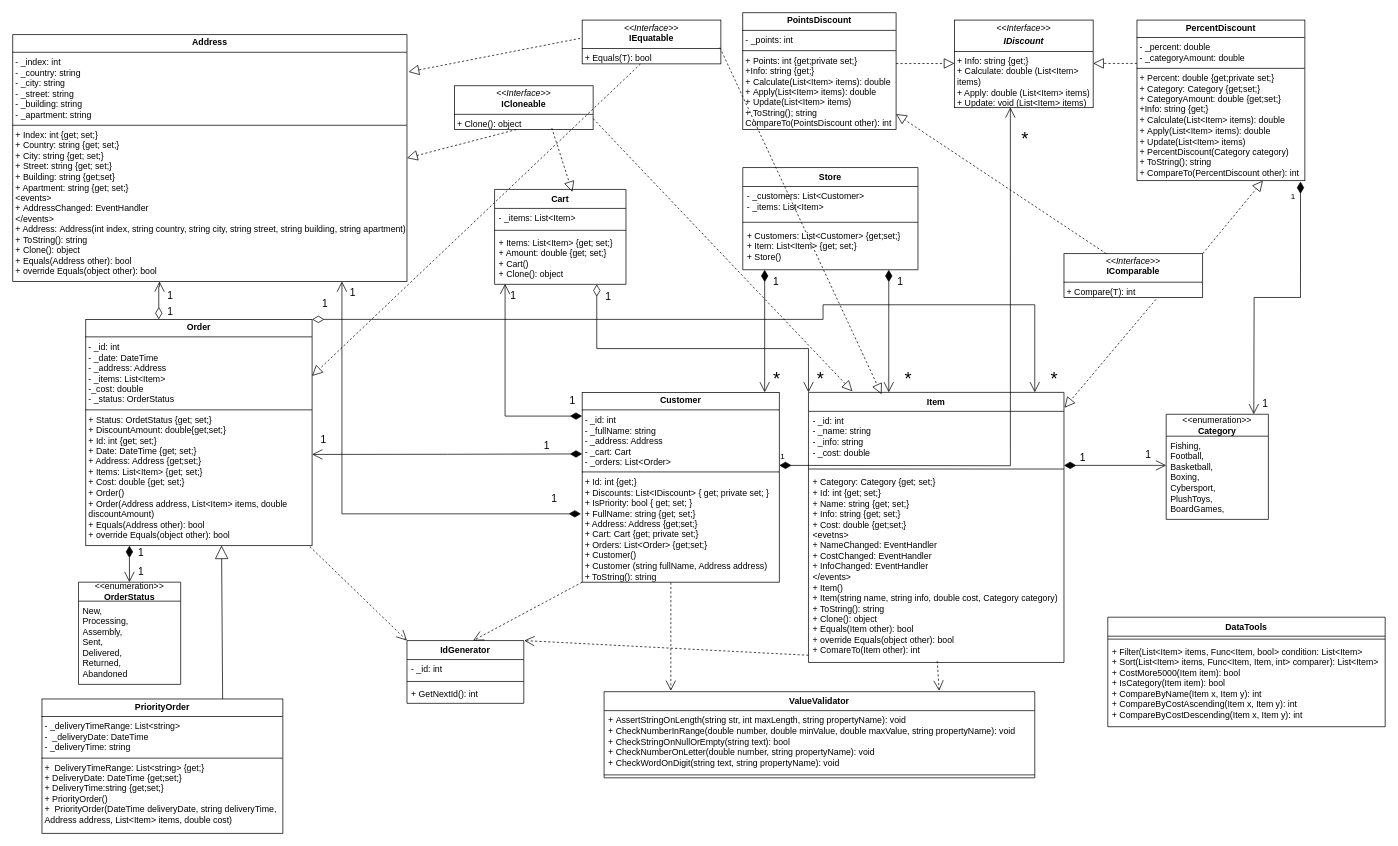
Earlier version of the draw.io diagram doc/ObjectOrientedPractics/UML-8.drawio (YuzhaninDaniil/Programming). Source tidied: cells renumbered, new cells numbered last; positions are measured from the earlier drawing's top-left corner, leaving out a move shared by most shapes. Both pictures are drawn from the tidied source at 73%, with x=0, y=0 at pixel (12, 12).
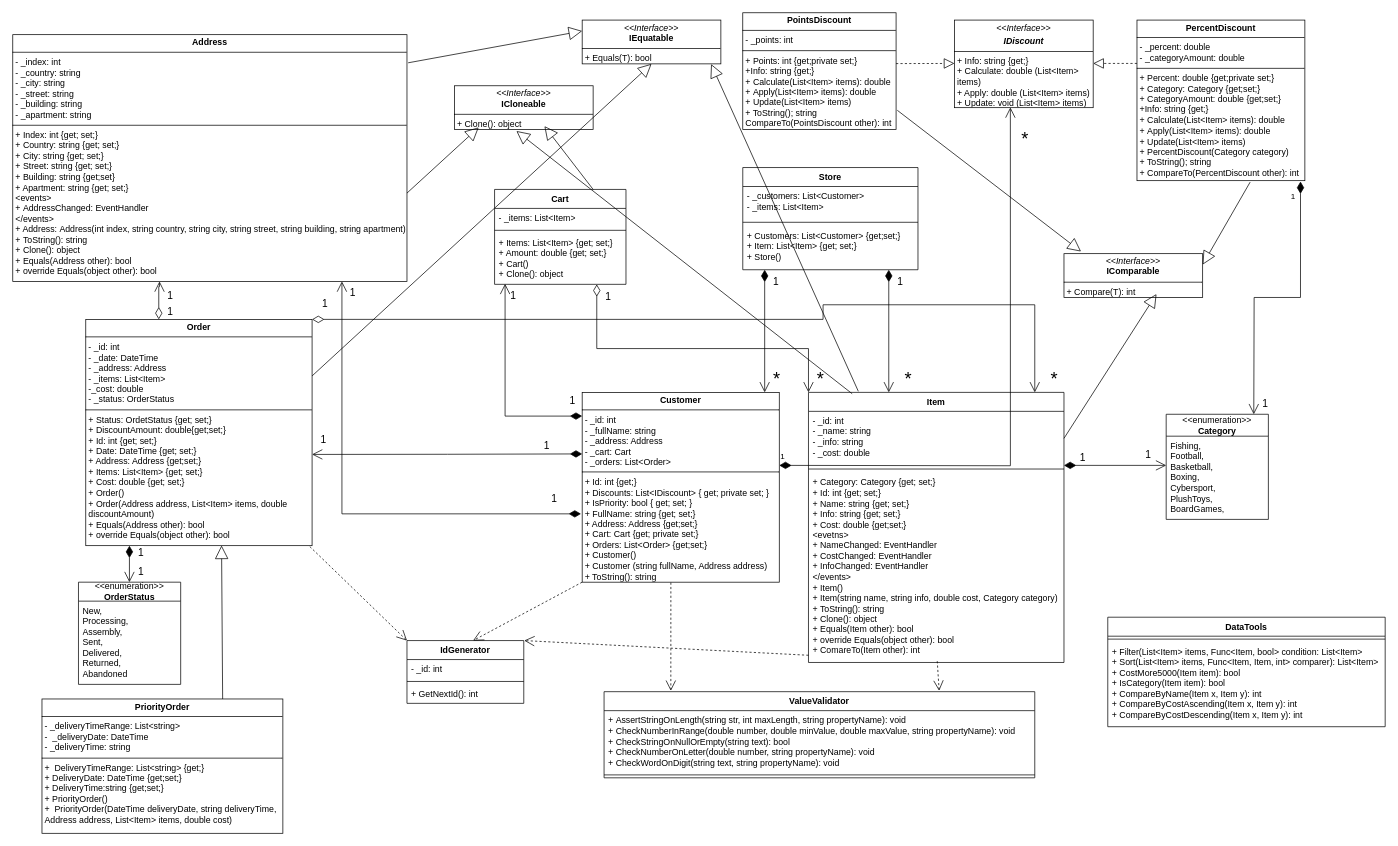
The same diagram, later.

Unchanged cells that the change refers to:
```xml
<mxCell id="16" value="Item" style="swimlane;fontStyle=1;align=center;verticalAlign=top;horizontal=1;startSize=26;whiteSpace=wrap;html=1;" parent="1" vertex="1">
  <mxGeometry x="1090" y="520" width="350" height="370" as="geometry" />
</mxCell>
<mxCell id="17" value="- _id: int&lt;div&gt;- _name: string&lt;/div&gt;&lt;div&gt;- _info: string&lt;/div&gt;&lt;div&gt;- _cost: double&lt;/div&gt;&lt;div&gt;&lt;br&gt;&lt;/div&gt;" style="text;strokeColor=none;fillColor=none;align=left;verticalAlign=top;spacingLeft=4;spacingRight=4;overflow=hidden;points=[[0,0.5],[1,0.5]];portConstraint=eastwest;whiteSpace=wrap;html=1;" parent="16" vertex="1">
  <mxGeometry y="26" width="350" height="74" as="geometry" />
</mxCell>
<mxCell id="21" value="&lt;p style=&quot;margin:0px;margin-top:4px;text-align:center;&quot;&gt;&lt;b&gt;Address&lt;/b&gt;&lt;/p&gt;&lt;hr size=&quot;1&quot; style=&quot;border-style:solid;&quot;&gt;&lt;p style=&quot;margin:0px;margin-left:4px;&quot;&gt;- _index: int&lt;/p&gt;&lt;p style=&quot;margin:0px;margin-left:4px;&quot;&gt;- _country: string&lt;/p&gt;&lt;p style=&quot;margin:0px;margin-left:4px;&quot;&gt;- _city: string&lt;/p&gt;&lt;p style=&quot;margin:0px;margin-left:4px;&quot;&gt;- _street: string&lt;/p&gt;&lt;p style=&quot;margin:0px;margin-left:4px;&quot;&gt;- _building: string&lt;/p&gt;&lt;p style=&quot;margin:0px;margin-left:4px;&quot;&gt;- _apartment: string&lt;/p&gt;&lt;hr size=&quot;1&quot; style=&quot;border-style:solid;&quot;&gt;&lt;p style=&quot;margin:0px;margin-left:4px;&quot;&gt;+ Index: int {get; set;}&lt;/p&gt;&lt;p style=&quot;margin:0px;margin-left:4px;&quot;&gt;+ Country: string {get; set;}&lt;/p&gt;&lt;p style=&quot;margin:0px;margin-left:4px;&quot;&gt;+ City: string {get; set;}&lt;/p&gt;&lt;p style=&quot;margin:0px;margin-left:4px;&quot;&gt;+ Street: string {get; set;}&lt;/p&gt;&lt;p style=&quot;margin:0px;margin-left:4px;&quot;&gt;+ Building: string {get;set}&lt;/p&gt;&lt;p style=&quot;margin:0px;margin-left:4px;&quot;&gt;+ Apartment: string {get; set;}&lt;/p&gt;&lt;p style=&quot;margin:0px;margin-left:4px;&quot;&gt;&amp;lt;events&amp;gt;&lt;/p&gt;&lt;p style=&quot;margin:0px;margin-left:4px;&quot;&gt;+&amp;nbsp;AddressChanged:&amp;nbsp;EventHandler&lt;/p&gt;&lt;p style=&quot;margin:0px;margin-left:4px;&quot;&gt;&amp;lt;/events&amp;gt;&lt;/p&gt;&lt;p style=&quot;margin:0px;margin-left:4px;&quot;&gt;+ Address:&amp;nbsp;Address(int index, string country, string city, string street, string building, string apartment)&lt;/p&gt;&lt;p style=&quot;margin:0px;margin-left:4px;&quot;&gt;+&amp;nbsp;ToString(): string&lt;/p&gt;&lt;p style=&quot;margin:0px;margin-left:4px;&quot;&gt;+ Clone(): object&lt;/p&gt;&lt;p style=&quot;margin:0px;margin-left:4px;&quot;&gt;+ Equals(Address other): bool&lt;/p&gt;&lt;p style=&quot;margin:0px;margin-left:4px;&quot;&gt;+ override Equals(object other): bool&lt;/p&gt;" style="verticalAlign=top;align=left;overflow=fill;html=1;whiteSpace=wrap;" parent="1" vertex="1">
  <mxGeometry y="30" width="540" height="338" as="geometry" />
</mxCell>
<mxCell id="24" value="&lt;p style=&quot;margin:0px;margin-top:4px;text-align:center;&quot;&gt;&lt;b&gt;Order&lt;/b&gt;&lt;/p&gt;&lt;hr size=&quot;1&quot; style=&quot;border-style:solid;&quot;&gt;&lt;p style=&quot;margin:0px;margin-left:4px;&quot;&gt;- _id: int&lt;/p&gt;&lt;p style=&quot;margin:0px;margin-left:4px;&quot;&gt;- _date: DateTime&lt;/p&gt;&lt;p style=&quot;margin:0px;margin-left:4px;&quot;&gt;- _address: Address&lt;/p&gt;&lt;p style=&quot;margin:0px;margin-left:4px;&quot;&gt;- _items: List&amp;lt;Item&amp;gt;&lt;/p&gt;&lt;p style=&quot;margin:0px;margin-left:4px;&quot;&gt;-_cost: double&lt;/p&gt;&lt;p style=&quot;margin:0px;margin-left:4px;&quot;&gt;- _status: OrderStatus&lt;/p&gt;&lt;hr size=&quot;1&quot; style=&quot;border-style:solid;&quot;&gt;&lt;p style=&quot;margin:0px;margin-left:4px;&quot;&gt;+ Status: OrdetStatus {get; set;}&lt;/p&gt;&lt;p style=&quot;margin: 0px 0px 0px 4px;&quot;&gt;+ DiscountAmount: double{get;set;}&lt;/p&gt;&lt;p style=&quot;margin:0px;margin-left:4px;&quot;&gt;+ Id: int {get; set;}&lt;/p&gt;&lt;p style=&quot;margin:0px;margin-left:4px;&quot;&gt;+ Date: DateTime {get; set;}&lt;/p&gt;&lt;p style=&quot;margin:0px;margin-left:4px;&quot;&gt;+ Address: Address {get;set;}&lt;/p&gt;&lt;p style=&quot;margin:0px;margin-left:4px;&quot;&gt;+ Items: List&amp;lt;Item&amp;gt; {get; set;}&lt;/p&gt;&lt;p style=&quot;margin:0px;margin-left:4px;&quot;&gt;+ Cost: double {get; set;}&lt;/p&gt;&lt;p style=&quot;margin:0px;margin-left:4px;&quot;&gt;+ Order()&lt;/p&gt;&lt;p style=&quot;margin:0px;margin-left:4px;&quot;&gt;+&amp;nbsp;Order(Address address, List&amp;lt;Item&amp;gt; items, double discountAmount)&lt;/p&gt;&lt;p style=&quot;margin: 0px 0px 0px 4px;&quot;&gt;+ Equals(Address other): bool&lt;/p&gt;&lt;p style=&quot;margin: 0px 0px 0px 4px;&quot;&gt;+ override Equals(object other): bool&lt;/p&gt;" style="verticalAlign=top;align=left;overflow=fill;html=1;whiteSpace=wrap;" parent="1" vertex="1">
  <mxGeometry x="100" y="420" width="310" height="310" as="geometry" />
</mxCell>
<mxCell id="38" value="Cart" style="swimlane;fontStyle=1;align=center;verticalAlign=top;horizontal=1;startSize=26;whiteSpace=wrap;html=1;" parent="1" vertex="1">
  <mxGeometry x="660" y="242" width="180" height="130" as="geometry" />
</mxCell>
<mxCell id="57" value="&lt;p style=&quot;margin:0px;margin-top:4px;text-align:center;&quot;&gt;&lt;b&gt;PercentDiscount&lt;/b&gt;&lt;/p&gt;&lt;hr size=&quot;1&quot; style=&quot;border-style:solid;&quot;&gt;&lt;p style=&quot;margin:0px;margin-left:4px;&quot;&gt;- _percent: double&lt;/p&gt;&lt;p style=&quot;margin:0px;margin-left:4px;&quot;&gt;- _categoryAmount: double&lt;/p&gt;&lt;hr size=&quot;1&quot; style=&quot;border-style:solid;&quot;&gt;&lt;p style=&quot;margin:0px;margin-left:4px;&quot;&gt;+ Percent: double {get;private set;}&lt;/p&gt;&lt;p style=&quot;margin:0px;margin-left:4px;&quot;&gt;+ Category: Category {get;set;}&lt;/p&gt;&lt;p style=&quot;margin:0px;margin-left:4px;&quot;&gt;+ CategoryAmount: double {get;set;}&lt;/p&gt;&lt;p style=&quot;margin:0px;margin-left:4px;&quot;&gt;+Info: string {get;}&lt;/p&gt;&lt;p style=&quot;margin:0px;margin-left:4px;&quot;&gt;+ Calculate(List&amp;lt;Item&amp;gt; items): double&lt;/p&gt;&lt;p style=&quot;margin:0px;margin-left:4px;&quot;&gt;+&amp;nbsp;Apply(List&amp;lt;Item&amp;gt; items): double&lt;/p&gt;&lt;p style=&quot;margin:0px;margin-left:4px;&quot;&gt;+ Update(List&amp;lt;Item&amp;gt; items)&lt;/p&gt;&lt;p style=&quot;margin:0px;margin-left:4px;&quot;&gt;+ PercentDiscount(Category category)&lt;/p&gt;&lt;p style=&quot;margin:0px;margin-left:4px;&quot;&gt;+ ToString(); string&lt;/p&gt;&lt;p style=&quot;margin:0px;margin-left:4px;&quot;&gt;+&amp;nbsp;CompareTo(PercentDiscount other): int&lt;/p&gt;" style="verticalAlign=top;align=left;overflow=fill;html=1;whiteSpace=wrap;" parent="1" vertex="1">
  <mxGeometry x="1540" y="10" width="230" height="220" as="geometry" />
</mxCell>
<mxCell id="60" value="&lt;p style=&quot;margin:0px;margin-top:4px;text-align:center;&quot;&gt;&lt;b&gt;PointsDiscount&lt;/b&gt;&lt;/p&gt;&lt;hr size=&quot;1&quot; style=&quot;border-style:solid;&quot;&gt;&lt;p style=&quot;margin:0px;margin-left:4px;&quot;&gt;- _points: int&lt;/p&gt;&lt;hr size=&quot;1&quot; style=&quot;border-style:solid;&quot;&gt;&lt;p style=&quot;margin:0px;margin-left:4px;&quot;&gt;+ Points: int {get;private set;}&lt;/p&gt;&lt;p style=&quot;margin:0px;margin-left:4px;&quot;&gt;&lt;span style=&quot;background-color: initial;&quot;&gt;+Info: string {get;}&lt;/span&gt;&lt;/p&gt;&lt;p style=&quot;margin:0px;margin-left:4px;&quot;&gt;+ Calculate(List&amp;lt;Item&amp;gt; items): double&lt;/p&gt;&lt;p style=&quot;margin:0px;margin-left:4px;&quot;&gt;+&amp;nbsp;Apply(List&amp;lt;Item&amp;gt; items): double&lt;/p&gt;&lt;p style=&quot;margin:0px;margin-left:4px;&quot;&gt;+ Update(List&amp;lt;Item&amp;gt; items)&lt;/p&gt;&lt;p style=&quot;margin:0px;margin-left:4px;&quot;&gt;&lt;span style=&quot;background-color: initial;&quot;&gt;+ ToString(); string&lt;/span&gt;&lt;/p&gt;&lt;p style=&quot;margin:0px;margin-left:4px;&quot;&gt;&lt;span style=&quot;background-color: initial;&quot;&gt;CompareTo(PointsDiscount other): int&lt;/span&gt;&lt;/p&gt;" style="verticalAlign=top;align=left;overflow=fill;html=1;whiteSpace=wrap;" parent="1" vertex="1">
  <mxGeometry x="1000" width="210" height="160" as="geometry" />
</mxCell>
<mxCell id="64" value="&lt;p style=&quot;margin:0px;margin-top:4px;text-align:center;&quot;&gt;&lt;i&gt;&amp;lt;&amp;lt;Interface&amp;gt;&amp;gt;&lt;/i&gt;&lt;br&gt;&lt;b&gt;ICloneable&lt;/b&gt;&lt;/p&gt;&lt;hr size=&quot;1&quot; style=&quot;border-style:solid;&quot;&gt;&lt;p style=&quot;margin:0px;margin-left:4px;&quot;&gt;+ Clone(): object&lt;/p&gt;" style="verticalAlign=top;align=left;overflow=fill;html=1;whiteSpace=wrap;" parent="1" vertex="1">
  <mxGeometry x="605" y="100" width="190" height="60" as="geometry" />
</mxCell>
<mxCell id="65" value="&lt;p style=&quot;margin:0px;margin-top:4px;text-align:center;&quot;&gt;&lt;i&gt;&amp;lt;&amp;lt;Interface&amp;gt;&amp;gt;&lt;/i&gt;&lt;br&gt;&lt;b&gt;IEquatable&lt;/b&gt;&lt;/p&gt;&lt;hr size=&quot;1&quot; style=&quot;border-style:solid;&quot;&gt;&lt;p style=&quot;margin:0px;margin-left:4px;&quot;&gt;+ Equals(T): bool&lt;/p&gt;" style="verticalAlign=top;align=left;overflow=fill;html=1;whiteSpace=wrap;" parent="1" vertex="1">
  <mxGeometry x="780" y="10" width="190" height="60" as="geometry" />
</mxCell>
<mxCell id="66" value="&lt;p style=&quot;margin:0px;margin-top:4px;text-align:center;&quot;&gt;&lt;i&gt;&amp;lt;&amp;lt;Interface&amp;gt;&amp;gt;&lt;/i&gt;&lt;br&gt;&lt;b&gt;IComparable&lt;/b&gt;&lt;/p&gt;&lt;hr size=&quot;1&quot; style=&quot;border-style:solid;&quot;&gt;&lt;p style=&quot;margin:0px;margin-left:4px;&quot;&gt;+ Compare(T): int&lt;/p&gt;" style="verticalAlign=top;align=left;overflow=fill;html=1;whiteSpace=wrap;" parent="1" vertex="1">
  <mxGeometry x="1440" y="330" width="190" height="60" as="geometry" />
</mxCell>
```

Diff of the diagram source:
```diff
@@
-    <mxCell id="67" style="endArrow=block;dashed=1;endFill=0;endSize=12;html=1;rounded=0;exitX=1;exitY=0;exitDx=0;exitDy=0;entryX=0.75;entryY=1;entryDx=0;entryDy=0;" parent="1" edge="1" source="66" target="57">
-      <mxGeometry relative="1" as="geometry" />
-    </mxCell>
-    <mxCell id="68" style="endArrow=block;dashed=1;endFill=0;endSize=12;html=1;rounded=0;exitX=0.305;exitY=0;exitDx=0;exitDy=0;exitPerimeter=0;entryX=1;entryY=0.867;entryDx=0;entryDy=0;entryPerimeter=0;" parent="1" edge="1" source="66" target="60">
-      <mxGeometry relative="1" as="geometry" />
-    </mxCell>
-    <mxCell id="69" style="endArrow=block;dashed=1;endFill=0;endSize=12;html=1;rounded=0;exitX=0.663;exitY=1.044;exitDx=0;exitDy=0;exitPerimeter=0;entryX=1.002;entryY=0.057;entryDx=0;entryDy=0;entryPerimeter=0;" parent="1" edge="1" source="66" target="16">
-      <mxGeometry relative="1" as="geometry" />
-    </mxCell>
-    <mxCell id="70" style="endArrow=block;dashed=1;endFill=0;endSize=12;html=1;rounded=0;entryX=1.004;entryY=0.151;entryDx=0;entryDy=0;entryPerimeter=0;exitX=-0.014;exitY=0.417;exitDx=0;exitDy=0;exitPerimeter=0;" parent="1" edge="1" source="65" target="21">
-      <mxGeometry relative="1" as="geometry" />
-    </mxCell>
-    <mxCell id="71" style="endArrow=block;dashed=1;endFill=0;endSize=12;html=1;rounded=0;exitX=0.421;exitY=1;exitDx=0;exitDy=0;exitPerimeter=0;entryX=1;entryY=0.25;entryDx=0;entryDy=0;" parent="1" edge="1" source="65" target="24">
-      <mxGeometry relative="1" as="geometry" />
-    </mxCell>
-    <mxCell id="72" style="endArrow=block;dashed=1;endFill=0;endSize=12;html=1;rounded=0;entryX=0.286;entryY=0.007;entryDx=0;entryDy=0;entryPerimeter=0;exitX=0.993;exitY=0.628;exitDx=0;exitDy=0;exitPerimeter=0;" parent="1" edge="1" source="65" target="16">
-      <mxGeometry relative="1" as="geometry" />
-    </mxCell>
-    <mxCell id="73" style="endArrow=block;dashed=1;endFill=0;endSize=12;html=1;rounded=0;exitX=1;exitY=0.75;exitDx=0;exitDy=0;entryX=0.172;entryY=-0.004;entryDx=0;entryDy=0;entryPerimeter=0;" parent="1" edge="1" source="64" target="16">
-      <mxGeometry relative="1" as="geometry" />
-    </mxCell>
-    <mxCell id="74" style="endArrow=block;dashed=1;endFill=0;endSize=12;html=1;rounded=0;exitX=0.702;exitY=0.965;exitDx=0;exitDy=0;exitPerimeter=0;entryX=0.592;entryY=0.027;entryDx=0;entryDy=0;entryPerimeter=0;" parent="1" edge="1" source="64" target="38">
-      <mxGeometry relative="1" as="geometry" />
-    </mxCell>
-    <mxCell id="75" style="endArrow=block;dashed=1;endFill=0;endSize=12;html=1;rounded=0;exitX=0.447;exitY=1;exitDx=0;exitDy=0;exitPerimeter=0;entryX=1;entryY=0.5;entryDx=0;entryDy=0;" parent="1" edge="1" source="64" target="21">
-      <mxGeometry relative="1" as="geometry" />
-    </mxCell>
@@
+    <mxCell id="79" style="endArrow=block;endSize=16;endFill=0;html=1;rounded=0;exitX=1.008;exitY=0.835;exitDx=0;exitDy=0;exitPerimeter=0;entryX=0.123;entryY=-0.05;entryDx=0;entryDy=0;entryPerimeter=0;" parent="1" edge="1" source="60" target="66">
+      <mxGeometry relative="1" as="geometry" />
+    </mxCell>
+    <mxCell id="80" style="endArrow=block;endSize=16;endFill=0;html=1;rounded=0;entryX=1;entryY=0.25;entryDx=0;entryDy=0;exitX=0.674;exitY=1.009;exitDx=0;exitDy=0;exitPerimeter=0;" parent="1" edge="1" source="57" target="66">
+      <mxGeometry relative="1" as="geometry" />
+    </mxCell>
+    <mxCell id="81" style="endArrow=block;endSize=16;endFill=0;html=1;rounded=0;entryX=0.667;entryY=0.922;entryDx=0;entryDy=0;entryPerimeter=0;exitX=1;exitY=0.5;exitDx=0;exitDy=0;" parent="1" edge="1" source="17" target="66">
+      <mxGeometry relative="1" as="geometry" />
+    </mxCell>
+    <mxCell id="82" style="endArrow=block;endSize=16;endFill=0;html=1;rounded=0;entryX=0.93;entryY=1.006;entryDx=0;entryDy=0;entryPerimeter=0;exitX=0.195;exitY=-0.004;exitDx=0;exitDy=0;exitPerimeter=0;" parent="1" edge="1" source="16" target="65">
+      <mxGeometry relative="1" as="geometry" />
+    </mxCell>
+    <mxCell id="83" style="endArrow=block;endSize=16;endFill=0;html=1;rounded=0;entryX=0.447;entryY=1.033;entryDx=0;entryDy=0;entryPerimeter=0;exitX=0.171;exitY=0.005;exitDx=0;exitDy=0;exitPerimeter=0;" parent="1" edge="1" source="16" target="64">
+      <mxGeometry relative="1" as="geometry" />
+    </mxCell>
+    <mxCell id="84" style="endArrow=block;endSize=16;endFill=0;html=1;rounded=0;entryX=0.649;entryY=0.922;entryDx=0;entryDy=0;entryPerimeter=0;exitX=0.75;exitY=0;exitDx=0;exitDy=0;" parent="1" edge="1" source="38" target="64">
+      <mxGeometry relative="1" as="geometry" />
+    </mxCell>
+    <mxCell id="85" style="endArrow=block;endSize=16;endFill=0;html=1;rounded=0;entryX=0.5;entryY=1;entryDx=0;entryDy=0;exitX=1;exitY=0.25;exitDx=0;exitDy=0;" parent="1" edge="1" source="24" target="65">
+      <mxGeometry relative="1" as="geometry" />
+    </mxCell>
+    <mxCell id="86" style="endArrow=block;endSize=16;endFill=0;html=1;rounded=0;entryX=0.175;entryY=0.95;entryDx=0;entryDy=0;entryPerimeter=0;exitX=1;exitY=0.642;exitDx=0;exitDy=0;exitPerimeter=0;" parent="1" edge="1" source="21" target="64">
+      <mxGeometry relative="1" as="geometry" />
+    </mxCell>
+    <mxCell id="87" style="endArrow=block;endSize=16;endFill=0;html=1;rounded=0;entryX=0;entryY=0.25;entryDx=0;entryDy=0;exitX=1.003;exitY=0.114;exitDx=0;exitDy=0;exitPerimeter=0;" parent="1" edge="1" source="21" target="65">
+      <mxGeometry relative="1" as="geometry" />
+    </mxCell>
```
